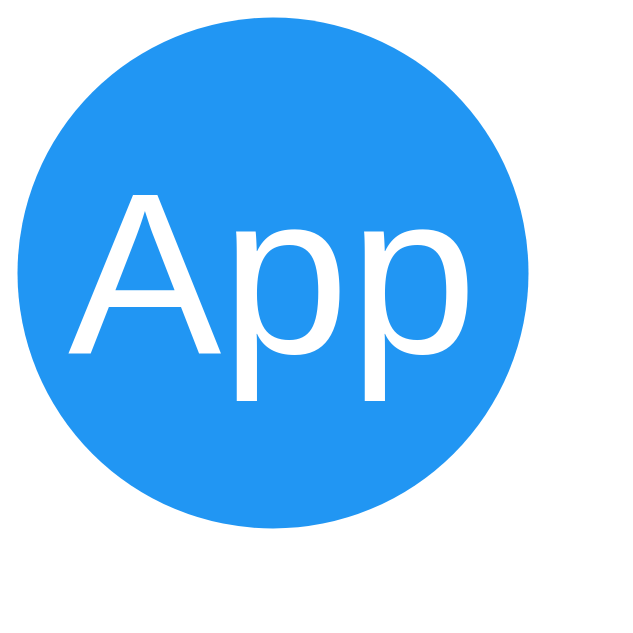
The draw.io diagram templates/icon.drawio.xml in scriptPilot/app-framework, before the edit. Source tidied: cells renumbered, new cells numbered last; positions are measured from the earlier drawing's top-left corner, leaving out a move shared by most shapes. Both pictures are drawn from the tidied source at 100%, with x=0, y=0 at pixel (17, 17).
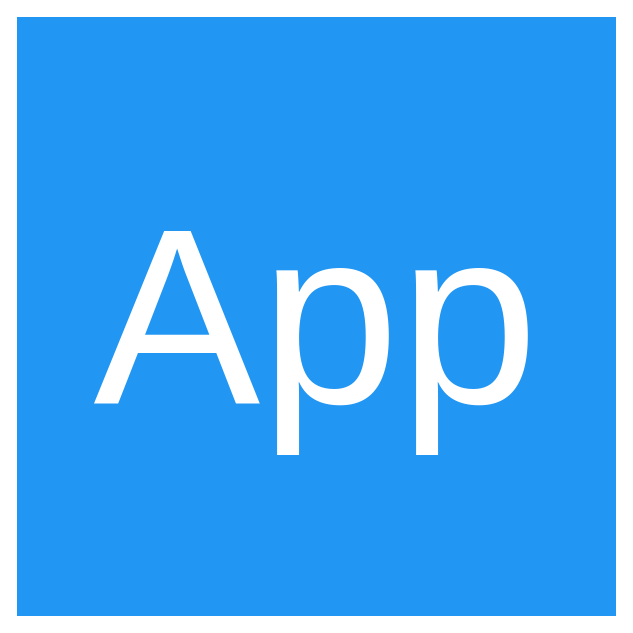
The same diagram, later.

Diff of the diagram source:
```diff
@@
 <mxGraphModel>
   <root>
     <mxCell id="0" />
     <mxCell id="1" parent="0" />
-    <mxCell id="2" value="App" style="ellipse;whiteSpace=wrap;html=1;fillColor=#2196f3;strokeColor=none;fontSize=230;fontColor=#FFFFFF;labelBorderColor=none;verticalAlign=middle;horizontal=1;gradientColor=none;rotation=0;" parent="1" vertex="1">
-      <mxGeometry width="511" height="511" as="geometry" />
+    <mxCell id="2" value="&lt;font style=&quot;font-size: 250px&quot;&gt;App&lt;/font&gt;" style="rounded=0;whiteSpace=wrap;html=1;fillColor=#2196f3;fontColor=#ffffff;strokeColor=#2196f3;" parent="1" vertex="1">
+      <mxGeometry width="598" height="598" as="geometry" />
     </mxCell>
   </root>
 </mxGraphModel>
```
